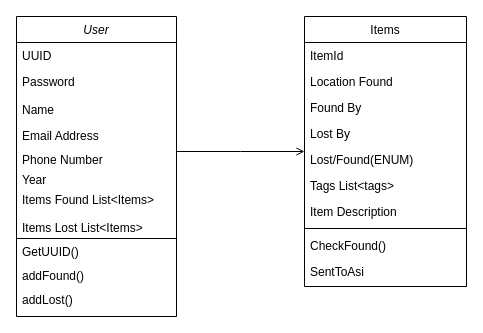
Before: Untitled Diagram.drawio in rferrall1738/Inventory, a draw.io diagram. Source tidied: cells renumbered, new cells numbered last; positions are measured from the earlier drawing's top-left corner, leaving out a move shared by most shapes. Both pictures are drawn from the tidied source at 100%, with x=0, y=0 at pixel (16, 16).
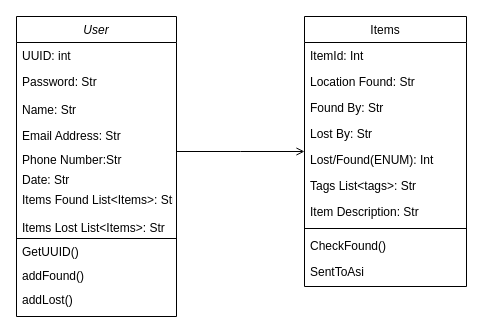
The same diagram, later.

Unchanged cells that the change refers to:
```xml
<mxCell id="2" value="User" style="swimlane;fontStyle=2;align=center;verticalAlign=top;horizontal=1;startSize=26;rounded=0;shadow=0;strokeWidth=1;" parent="1" vertex="1">
  <mxGeometry width="160" height="300" as="geometry" />
</mxCell>
<mxCell id="15" value="Items" style="swimlane;fontStyle=0;align=center;verticalAlign=top;horizontal=1;startSize=26;rounded=0;shadow=0;strokeWidth=1;" parent="1" vertex="1">
  <mxGeometry x="288" width="162" height="270" as="geometry" />
</mxCell>
```

Change to the diagram source:
```diff
@@
-    <mxCell id="3" value="UUID" style="text;align=left;verticalAlign=top;spacingLeft=4;spacingRight=4;overflow=hidden;rounded=0;shadow=0;html=0;" parent="2" vertex="1">
+    <mxCell id="3" value="UUID: int" style="text;align=left;verticalAlign=top;spacingLeft=4;spacingRight=4;overflow=hidden;rounded=0;shadow=0;html=0;" parent="2" vertex="1">
       <mxGeometry y="26" width="160" height="26" as="geometry" />
     </mxCell>
-    <mxCell id="4" value="Password" style="text;align=left;verticalAlign=top;spacingLeft=4;spacingRight=4;overflow=hidden;" parent="2" vertex="1">
+    <mxCell id="4" value="Password: Str" style="text;align=left;verticalAlign=top;spacingLeft=4;spacingRight=4;overflow=hidden;" parent="2" vertex="1">
       <mxGeometry y="52" width="160" height="28" as="geometry" />
     </mxCell>
-    <mxCell id="5" value="Name" style="text;align=left;verticalAlign=top;spacingLeft=4;spacingRight=4;overflow=hidden;" parent="2" vertex="1">
+    <mxCell id="5" value="Name: Str" style="text;align=left;verticalAlign=top;spacingLeft=4;spacingRight=4;overflow=hidden;" parent="2" vertex="1">
       <mxGeometry y="80" width="160" height="26" as="geometry" />
     </mxCell>
-    <mxCell id="6" value="Email Address" style="text;align=left;verticalAlign=top;spacingLeft=4;spacingRight=4;overflow=hidden;rounded=0;shadow=0;html=0;" parent="2" vertex="1">
+    <mxCell id="6" value="Email Address: Str" style="text;align=left;verticalAlign=top;spacingLeft=4;spacingRight=4;overflow=hidden;rounded=0;shadow=0;html=0;" parent="2" vertex="1">
       <mxGeometry y="106" width="160" height="24" as="geometry" />
     </mxCell>
-    <mxCell id="7" value="Phone Number" style="text;align=left;verticalAlign=top;spacingLeft=4;spacingRight=4;overflow=hidden;rounded=0;shadow=0;html=0;" parent="2" vertex="1">
+    <mxCell id="7" value="Phone Number:Str" style="text;align=left;verticalAlign=top;spacingLeft=4;spacingRight=4;overflow=hidden;rounded=0;shadow=0;html=0;" parent="2" vertex="1">
       <mxGeometry y="130" width="160" height="20" as="geometry" />
     </mxCell>
-    <mxCell id="8" value="Year&#10;" style="text;align=left;verticalAlign=top;spacingLeft=4;spacingRight=4;overflow=hidden;" parent="2" vertex="1">
+    <mxCell id="8" value="Date: Str" style="text;align=left;verticalAlign=top;spacingLeft=4;spacingRight=4;overflow=hidden;" parent="2" vertex="1">
       <mxGeometry y="150" width="160" height="20" as="geometry" />
     </mxCell>
-    <mxCell id="9" value="Items Found List&lt;Items&gt;" style="text;align=left;verticalAlign=top;spacingLeft=4;spacingRight=4;overflow=hidden;" parent="2" vertex="1">
+    <mxCell id="9" value="Items Found List&lt;Items&gt;: Str" style="text;align=left;verticalAlign=top;spacingLeft=4;spacingRight=4;overflow=hidden;" parent="2" vertex="1">
       <mxGeometry y="170" width="160" height="28" as="geometry" />
     </mxCell>
-    <mxCell id="10" value="Items Lost List&lt;Items&gt;" style="text;align=left;verticalAlign=top;spacingLeft=4;spacingRight=4;overflow=hidden;points=[[0,0.5],[1,0.5]];portConstraint=eastwest;" parent="2" vertex="1">
+    <mxCell id="10" value="Items Lost List&lt;Items&gt;: Str" style="text;align=left;verticalAlign=top;spacingLeft=4;spacingRight=4;overflow=hidden;points=[[0,0.5],[1,0.5]];portConstraint=eastwest;" parent="2" vertex="1">
       <mxGeometry y="198" width="160" height="24" as="geometry" />
     </mxCell>
@@
-    <mxCell id="16" value="ItemId" style="text;align=left;verticalAlign=top;spacingLeft=4;spacingRight=4;overflow=hidden;" parent="15" vertex="1">
+    <mxCell id="16" value="ItemId: Int" style="text;align=left;verticalAlign=top;spacingLeft=4;spacingRight=4;overflow=hidden;" parent="15" vertex="1">
       <mxGeometry y="26" width="162" height="26" as="geometry" />
     </mxCell>
-    <mxCell id="17" value="Location Found" style="text;align=left;verticalAlign=top;spacingLeft=4;spacingRight=4;overflow=hidden;rounded=0;shadow=0;html=0;" parent="15" vertex="1">
+    <mxCell id="17" value="Location Found: Str" style="text;align=left;verticalAlign=top;spacingLeft=4;spacingRight=4;overflow=hidden;rounded=0;shadow=0;html=0;" parent="15" vertex="1">
       <mxGeometry y="52" width="162" height="26" as="geometry" />
     </mxCell>
-    <mxCell id="18" value="Found By" style="text;align=left;verticalAlign=top;spacingLeft=4;spacingRight=4;overflow=hidden;rounded=0;shadow=0;html=0;" parent="15" vertex="1">
+    <mxCell id="18" value="Found By: Str" style="text;align=left;verticalAlign=top;spacingLeft=4;spacingRight=4;overflow=hidden;rounded=0;shadow=0;html=0;" parent="15" vertex="1">
       <mxGeometry y="78" width="162" height="26" as="geometry" />
     </mxCell>
-    <mxCell id="19" value="Lost By" style="text;align=left;verticalAlign=top;spacingLeft=4;spacingRight=4;overflow=hidden;rounded=0;shadow=0;html=0;" parent="15" vertex="1">
+    <mxCell id="19" value="Lost By: Str" style="text;align=left;verticalAlign=top;spacingLeft=4;spacingRight=4;overflow=hidden;rounded=0;shadow=0;html=0;" parent="15" vertex="1">
       <mxGeometry y="104" width="162" height="26" as="geometry" />
     </mxCell>
-    <mxCell id="20" value="Lost/Found(ENUM)" style="text;align=left;verticalAlign=top;spacingLeft=4;spacingRight=4;overflow=hidden;rounded=0;shadow=0;html=0;" parent="15" vertex="1">
+    <mxCell id="20" value="Lost/Found(ENUM): Int" style="text;align=left;verticalAlign=top;spacingLeft=4;spacingRight=4;overflow=hidden;rounded=0;shadow=0;html=0;" parent="15" vertex="1">
       <mxGeometry y="130" width="162" height="26" as="geometry" />
     </mxCell>
-    <mxCell id="21" value="Tags List&lt;tags&gt;" style="text;align=left;verticalAlign=top;spacingLeft=4;spacingRight=4;overflow=hidden;rounded=0;shadow=0;html=0;" parent="15" vertex="1">
+    <mxCell id="21" value="Tags List&lt;tags&gt;: Str " style="text;align=left;verticalAlign=top;spacingLeft=4;spacingRight=4;overflow=hidden;rounded=0;shadow=0;html=0;" parent="15" vertex="1">
       <mxGeometry y="156" width="162" height="26" as="geometry" />
     </mxCell>
-    <mxCell id="22" value="Item Description" style="text;align=left;verticalAlign=top;spacingLeft=4;spacingRight=4;overflow=hidden;rounded=0;shadow=0;html=0;" parent="15" vertex="1">
+    <mxCell id="22" value="Item Description: Str" style="text;align=left;verticalAlign=top;spacingLeft=4;spacingRight=4;overflow=hidden;rounded=0;shadow=0;html=0;" parent="15" vertex="1">
       <mxGeometry y="182" width="162" height="26" as="geometry" />
     </mxCell>
```
